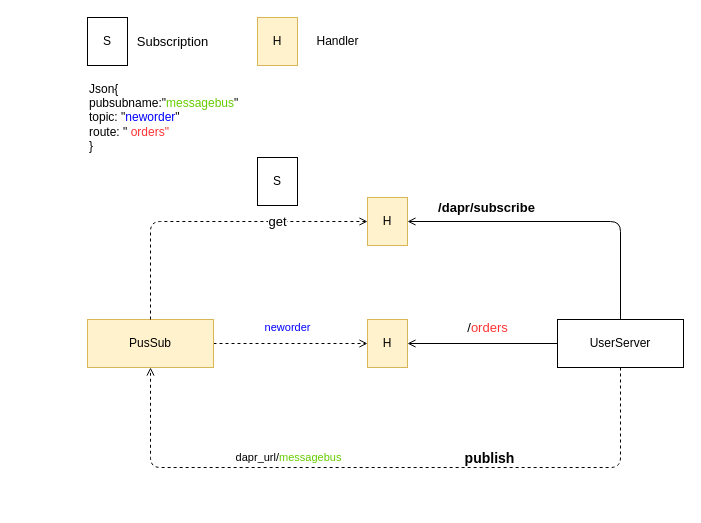
The draw.io diagram page "pub/sub" (10 of 12) of 2020/dapr/dapr.drawio in abserari/draw.io, before the edit. Source tidied: cells renumbered, new cells numbered last; positions are measured from the earlier drawing's top-left corner, leaving out a move shared by most shapes. Both pictures are drawn from the tidied source at 100%, with x=0, y=0 at pixel (87, 17).
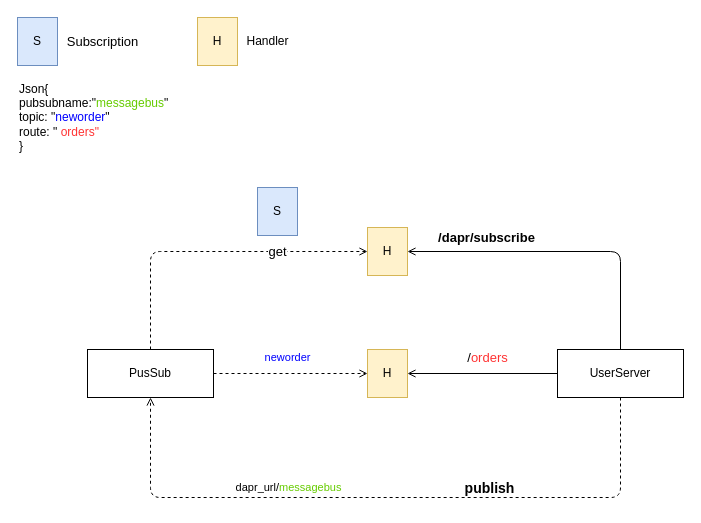
Above is the later version.

Change to the diagram source:
```diff
@@
     <mxCell id="3" value="H" style="rounded=0;whiteSpace=wrap;html=1;sketch=0;fillColor=#fff2cc;strokeColor=#d6b656;" parent="1" vertex="1">
-      <mxGeometry x="280" y="180" width="40" height="48" as="geometry" />
+      <mxGeometry x="280" y="210" width="40" height="48" as="geometry" />
     </mxCell>
     <mxCell id="4" value="dapr_url/&lt;font color=&quot;#66cc00&quot;&gt;messagebus&lt;/font&gt;" style="edgeStyle=orthogonalEdgeStyle;curved=0;rounded=1;sketch=0;jettySize=auto;html=1;exitX=0.5;exitY=1;exitDx=0;exitDy=0;dashed=1;endArrow=open;endFill=0;entryX=0.5;entryY=1;entryDx=0;entryDy=0;" parent="1" edge="1" source="7" target="9">
       <mxGeometry x="0.29" y="-10" relative="1" as="geometry">
         <Array as="points">
-          <mxPoint x="533" y="450" />
-          <mxPoint x="63" y="450" />
+          <mxPoint x="533" y="480" />
+          <mxPoint x="63" y="480" />
         </Array>
       </mxGeometry>
     </mxCell>
@@
     <mxCell id="7" value="UserServer" style="rounded=0;whiteSpace=wrap;html=1;sketch=0;" parent="1" vertex="1">
-      <mxGeometry x="470" y="302" width="126" height="48" as="geometry" />
+      <mxGeometry x="470" y="332" width="126" height="48" as="geometry" />
     </mxCell>
@@
-    <mxCell id="9" value="PusSub" style="rounded=0;whiteSpace=wrap;html=1;sketch=0;fillColor=#fff2cc;strokeColor=#d6b656;" parent="1" vertex="1">
-      <mxGeometry y="302" width="126" height="48" as="geometry" />
+    <mxCell id="9" value="PusSub" style="rounded=0;whiteSpace=wrap;html=1;sketch=0;" parent="1" vertex="1">
+      <mxGeometry y="332" width="126" height="48" as="geometry" />
     </mxCell>
     <mxCell id="10" value="Json{&lt;br&gt;pubsubname:&quot;&lt;font color=&quot;#66cc00&quot;&gt;messagebus&lt;/font&gt;&quot;&lt;br&gt;topic: &quot;&lt;font color=&quot;#0000ff&quot;&gt;neworder&lt;/font&gt;&quot;&lt;br&gt;route: &quot; &lt;font color=&quot;#ff3333&quot;&gt;orders&quot;&lt;/font&gt;&lt;br&gt;}" style="text;html=1;align=left;verticalAlign=middle;" parent="1" vertex="1">
-      <mxGeometry y="60" width="160" height="80" as="geometry" />
+      <mxGeometry x="-70" y="60" width="160" height="80" as="geometry" />
     </mxCell>
     <mxCell id="11" value="H" style="rounded=0;whiteSpace=wrap;html=1;sketch=0;fillColor=#fff2cc;strokeColor=#d6b656;" parent="1" vertex="1">
-      <mxGeometry x="280" y="302" width="40" height="48" as="geometry" />
+      <mxGeometry x="280" y="332" width="40" height="48" as="geometry" />
     </mxCell>
-    <mxCell id="12" value="S" style="rounded=0;whiteSpace=wrap;html=1;sketch=0;" parent="1" vertex="1">
-      <mxGeometry width="40" height="48" as="geometry" />
+    <mxCell id="12" value="S" style="rounded=0;whiteSpace=wrap;html=1;sketch=0;fillColor=#dae8fc;strokeColor=#6c8ebf;" parent="1" vertex="1">
+      <mxGeometry x="-70" width="40" height="48" as="geometry" />
     </mxCell>
     <mxCell id="13" value="H" style="rounded=0;whiteSpace=wrap;html=1;sketch=0;fillColor=#fff2cc;strokeColor=#d6b656;" parent="1" vertex="1">
-      <mxGeometry x="170" width="40" height="48" as="geometry" />
+      <mxGeometry x="110" width="40" height="48" as="geometry" />
     </mxCell>
     <mxCell id="14" value="Handler" style="text;html=1;align=center;verticalAlign=middle;" parent="1" vertex="1">
-      <mxGeometry x="220" y="14" width="60" height="20" as="geometry" />
+      <mxGeometry x="150" y="14" width="60" height="20" as="geometry" />
     </mxCell>
     <mxCell id="15" value="get" style="edgeStyle=orthogonalEdgeStyle;curved=0;rounded=1;sketch=0;jettySize=auto;html=1;exitX=0.5;exitY=0;exitDx=0;exitDy=0;dashed=1;endArrow=open;endFill=0;entryX=0;entryY=0.5;entryDx=0;entryDy=0;fontSize=13;" parent="1" edge="1" source="9" target="3">
       <mxGeometry x="0.43" relative="1" as="geometry">
         <Array as="points">
-          <mxPoint x="63" y="204" />
+          <mxPoint x="63" y="234" />
         </Array>
       </mxGeometry>
     </mxCell>
-    <mxCell id="16" value="S" style="rounded=0;whiteSpace=wrap;html=1;sketch=0;" parent="1" vertex="1">
-      <mxGeometry x="170" y="140" width="40" height="48" as="geometry" />
+    <mxCell id="16" value="S" style="rounded=0;whiteSpace=wrap;html=1;sketch=0;fillColor=#dae8fc;strokeColor=#6c8ebf;" parent="1" vertex="1">
+      <mxGeometry x="170" y="170" width="40" height="48" as="geometry" />
     </mxCell>
     <mxCell id="17" value="&lt;font color=&quot;#000000&quot;&gt;Subscription&lt;/font&gt;" style="text;html=1;align=center;verticalAlign=middle;fontSize=13;fontColor=#66CC00;" parent="1" vertex="1">
-      <mxGeometry x="40" y="14" width="90" height="20" as="geometry" />
+      <mxGeometry x="-30" y="14" width="90" height="20" as="geometry" />
     </mxCell>
```
